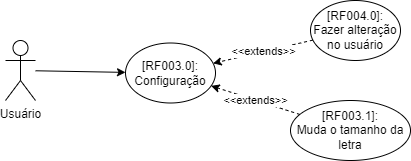
Before: Documentos/Requisitos/uml_planejamento/dcu_3.png, a diagram exported from draw.io (Niniys/Domate). Source tidied: cells renumbered, new cells last; positions are measured from the earlier drawing's top-left corner, leaving out a move shared by most shapes.
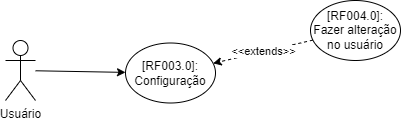
After the change.

Diff of the diagram source:
```diff
@@ -11,12 +11,6 @@
     <mxCell id="4" value="&lt;span&gt;[RF003.0]:&lt;br&gt;&lt;/span&gt;Configuração" style="ellipse;whiteSpace=wrap;html=1;" parent="1" vertex="1">
       <mxGeometry x="120" y="42.5" width="90" height="60" as="geometry" />
     </mxCell>
-    <mxCell id="5" value="&lt;span&gt;[RF003.1]:&lt;br&gt;&lt;/span&gt;Muda o tamanho da letra" style="ellipse;whiteSpace=wrap;html=1;" parent="1" vertex="1">
-      <mxGeometry x="285" y="100" width="120" height="60" as="geometry" />
-    </mxCell>
-    <mxCell id="6" value="&amp;lt;&amp;lt;extends&amp;gt;&amp;gt;" style="endArrow=classic;html=1;rounded=0;dashed=1;" parent="1" edge="1" source="5" target="4">
-      <mxGeometry relative="1" as="geometry" />
-    </mxCell>
     <mxCell id="7" value="&lt;span&gt;[RF004.0]:&lt;br&gt;&lt;/span&gt;Fazer alteração no usuário" style="ellipse;whiteSpace=wrap;html=1;" parent="1" vertex="1">
       <mxGeometry x="305" width="90" height="60" as="geometry" />
     </mxCell>
```
